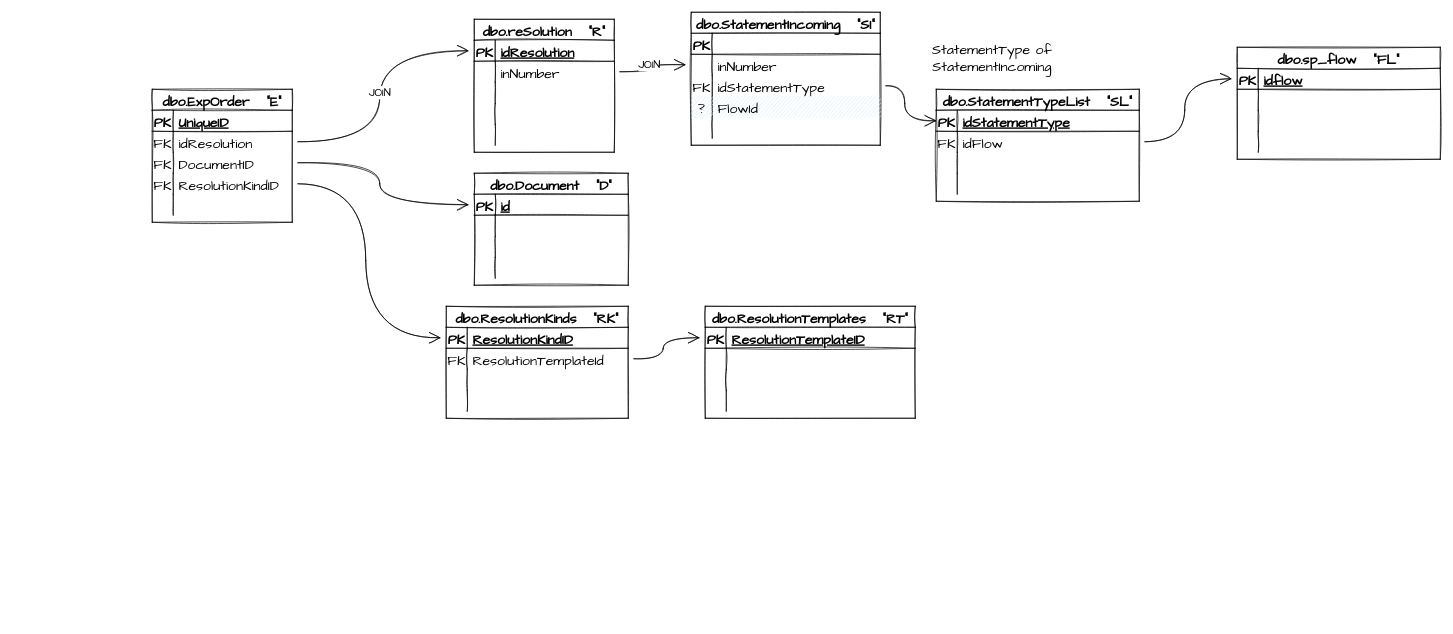
The draw.io diagram SQL/GRLS/dbo/StoredProc/GetRpTaskBMCP.sql/GetRpTaskBMCP.drawio in davyd0ff/so-line-grls, before the edit. Source tidied: cells renumbered, new cells numbered last; positions are measured from the earlier drawing's top-left corner, leaving out a move shared by most shapes. Both pictures are drawn from the tidied source at 70%, with x=0, y=0 at pixel (152, 12).
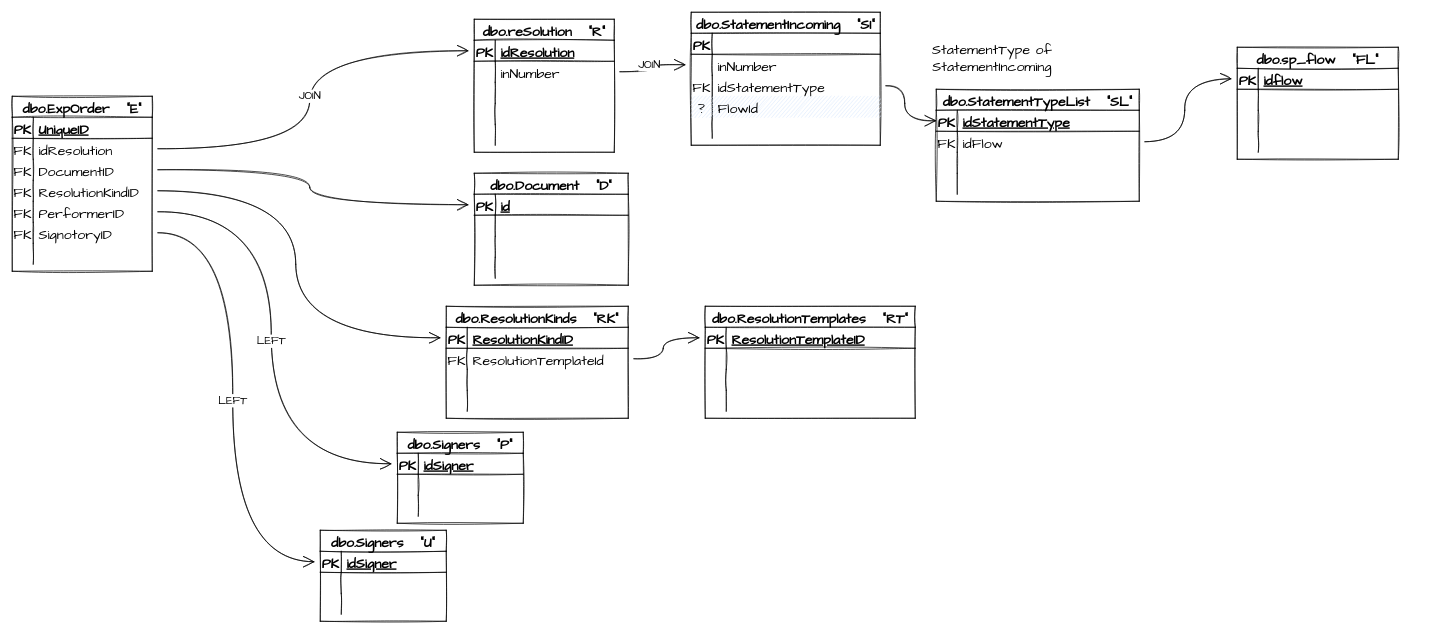
After the change.

Unchanged cells that the change refers to:
```xml
<mxCell id="15" style="shape=tableRow;horizontal=0;startSize=0;swimlaneHead=0;swimlaneBody=0;fillColor=none;points=[[0,0.5],[1,0.5]];portConstraint=eastwest;top=0;left=0;right=0;bottom=0;sketch=1;hachureGap=4;fontFamily=Architects Daughter;fontSize=20;" parent="2" vertex="1">
  <mxGeometry y="150" width="200" height="30" as="geometry" />
</mxCell>
```

What changed in the source:
```diff
@@
     <mxCell id="2" value="dbo.ExpOrder   &quot;E&quot;" style="shape=table;startSize=30;childLayout=tableLayout;rowLines=0;fontStyle=1;align=center;sketch=1;hachureGap=4;fontFamily=Architects Daughter;fontSize=20;" parent="1" vertex="1">
-      <mxGeometry y="110" width="200" height="190" as="geometry" />
+      <mxGeometry x="-200" y="120" width="200" height="250" as="geometry" />
     </mxCell>
@@
-    <mxCell id="16" style="shape=partialRectangle;fillColor=none;top=0;left=0;bottom=0;right=0;overflow=hidden;sketch=1;hachureGap=4;fontFamily=Architects Daughter;fontSize=20;" parent="15" vertex="1">
+    <mxCell id="16" value="FK" style="shape=partialRectangle;fillColor=none;top=0;left=0;bottom=0;right=0;overflow=hidden;sketch=1;hachureGap=4;fontFamily=Architects Daughter;fontSize=20;" parent="15" vertex="1">
       <mxGeometry width="30" height="30" as="geometry" />
     </mxCell>
-    <mxCell id="17" value=" " style="shape=partialRectangle;fillColor=none;top=0;left=0;bottom=0;right=0;align=left;spacingLeft=6;overflow=hidden;sketch=1;hachureGap=4;fontFamily=Architects Daughter;fontSize=20;" parent="15" vertex="1">
+    <mxCell id="17" value="PerformerID" style="shape=partialRectangle;fillColor=none;top=0;left=0;bottom=0;right=0;align=left;spacingLeft=6;overflow=hidden;sketch=1;hachureGap=4;fontFamily=Architects Daughter;fontSize=20;" parent="15" vertex="1">
       <mxGeometry x="30" width="170" height="30" as="geometry" />
     </mxCell>
+    <mxCell id="123" style="shape=tableRow;horizontal=0;startSize=0;swimlaneHead=0;swimlaneBody=0;fillColor=none;points=[[0,0.5],[1,0.5]];portConstraint=eastwest;top=0;left=0;right=0;bottom=0;sketch=1;hachureGap=4;fontFamily=Architects Daughter;fontSize=20;" parent="2" vertex="1">
+      <mxGeometry y="180" width="200" height="30" as="geometry" />
+    </mxCell>
+    <mxCell id="124" value="FK" style="shape=partialRectangle;fillColor=none;top=0;left=0;bottom=0;right=0;overflow=hidden;sketch=1;hachureGap=4;fontFamily=Architects Daughter;fontSize=20;" parent="123" vertex="1">
+      <mxGeometry width="30" height="30" as="geometry" />
+    </mxCell>
+    <mxCell id="125" value="SignotoryID" style="shape=partialRectangle;fillColor=none;top=0;left=0;bottom=0;right=0;align=left;spacingLeft=6;overflow=hidden;sketch=1;hachureGap=4;fontFamily=Architects Daughter;fontSize=20;" parent="123" vertex="1">
+      <mxGeometry x="30" width="170" height="30" as="geometry" />
+    </mxCell>
+    <mxCell id="126" style="shape=tableRow;horizontal=0;startSize=0;swimlaneHead=0;swimlaneBody=0;fillColor=none;top=0;left=0;right=0;bottom=0;sketch=1;hachureGap=4;fontFamily=Architects Daughter;fontSize=20;" parent="2" vertex="1">
+      <mxGeometry y="210" width="200" height="30" as="geometry" />
+    </mxCell>
+    <mxCell id="127" style="shape=partialRectangle;fillColor=none;top=0;left=0;bottom=0;right=0;overflow=hidden;sketch=1;hachureGap=4;fontFamily=Architects Daughter;fontSize=20;" parent="126" vertex="1">
+      <mxGeometry width="30" height="30" as="geometry" />
+    </mxCell>
+    <mxCell id="128" value=" " style="shape=partialRectangle;fillColor=none;top=0;left=0;bottom=0;right=0;align=left;spacingLeft=6;overflow=hidden;sketch=1;hachureGap=4;fontFamily=Architects Daughter;fontSize=20;" parent="126" vertex="1">
+      <mxGeometry x="30" width="170" height="30" as="geometry" />
+    </mxCell>
@@
     <mxCell id="109" value="dbo.sp_flow   &quot;FL&quot;" style="shape=table;startSize=30;childLayout=tableLayout;rowLines=0;fontStyle=1;align=center;sketch=1;hachureGap=4;fontFamily=Architects Daughter;fontSize=20;" parent="1" vertex="1">
-      <mxGeometry x="1550" y="50" width="290" height="160" as="geometry" />
+      <mxGeometry x="1550" y="50" width="230" height="160" as="geometry" />
     </mxCell>
     <mxCell id="110" style="shape=tableRow;horizontal=0;startSize=0;swimlaneHead=0;swimlaneBody=0;fillColor=none;points=[[0,0.5],[1,0.5]];portConstraint=eastwest;top=0;left=0;right=0;bottom=1;sketch=1;hachureGap=4;fontFamily=Architects Daughter;fontSize=20;" parent="109" vertex="1">
-      <mxGeometry y="30" width="290" height="30" as="geometry" />
+      <mxGeometry y="30" width="230" height="30" as="geometry" />
     </mxCell>
@@
     <mxCell id="112" value="idflow" style="shape=partialRectangle;fillColor=none;top=0;left=0;bottom=0;right=0;align=left;spacingLeft=6;fontStyle=5;overflow=hidden;sketch=1;hachureGap=4;fontFamily=Architects Daughter;fontSize=20;" parent="110" vertex="1">
-      <mxGeometry x="30" width="260" height="30" as="geometry" />
+      <mxGeometry x="30" width="200" height="30" as="geometry" />
     </mxCell>
     <mxCell id="113" style="shape=tableRow;horizontal=0;startSize=0;swimlaneHead=0;swimlaneBody=0;fillColor=none;top=0;left=0;right=0;bottom=0;sketch=1;hachureGap=4;fontFamily=Architects Daughter;fontSize=20;" parent="109" vertex="1">
-      <mxGeometry y="60" width="290" height="30" as="geometry" />
+      <mxGeometry y="60" width="230" height="30" as="geometry" />
     </mxCell>
@@
     <mxCell id="115" style="shape=partialRectangle;fillColor=none;top=0;left=0;bottom=0;right=0;align=left;spacingLeft=6;overflow=hidden;sketch=1;hachureGap=4;fontFamily=Architects Daughter;fontSize=20;" parent="113" vertex="1">
-      <mxGeometry x="30" width="260" height="30" as="geometry" />
+      <mxGeometry x="30" width="200" height="30" as="geometry" />
     </mxCell>
     <mxCell id="116" style="shape=tableRow;horizontal=0;startSize=0;swimlaneHead=0;swimlaneBody=0;fillColor=none;top=0;left=0;right=0;bottom=0;sketch=1;hachureGap=4;fontFamily=Architects Daughter;fontSize=20;" parent="109" vertex="1">
-      <mxGeometry y="90" width="290" height="30" as="geometry" />
+      <mxGeometry y="90" width="230" height="30" as="geometry" />
     </mxCell>
@@
     <mxCell id="118" value="  " style="shape=partialRectangle;fillColor=none;top=0;left=0;bottom=0;right=0;align=left;spacingLeft=6;overflow=hidden;sketch=1;hachureGap=4;fontFamily=Architects Daughter;fontSize=20;" parent="116" vertex="1">
-      <mxGeometry x="30" width="260" height="30" as="geometry" />
+      <mxGeometry x="30" width="200" height="30" as="geometry" />
     </mxCell>
     <mxCell id="119" style="shape=tableRow;horizontal=0;startSize=0;swimlaneHead=0;swimlaneBody=0;fillColor=none;top=0;left=0;right=0;bottom=0;sketch=1;hachureGap=4;fontFamily=Architects Daughter;fontSize=20;" parent="109" vertex="1">
-      <mxGeometry y="120" width="290" height="30" as="geometry" />
+      <mxGeometry y="120" width="230" height="30" as="geometry" />
     </mxCell>
@@
     <mxCell id="121" value="   " style="shape=partialRectangle;fillColor=none;top=0;left=0;bottom=0;right=0;align=left;spacingLeft=6;overflow=hidden;sketch=1;hachureGap=4;fontFamily=Architects Daughter;fontSize=20;" parent="119" vertex="1">
-      <mxGeometry x="30" width="260" height="30" as="geometry" />
+      <mxGeometry x="30" width="200" height="30" as="geometry" />
     </mxCell>
@@
+    <mxCell id="129" value="dbo.Signers   &quot;P&quot;" style="shape=table;startSize=30;childLayout=tableLayout;rowLines=0;fontStyle=1;align=center;sketch=1;hachureGap=4;fontFamily=Architects Daughter;fontSize=20;" parent="1" vertex="1">
+      <mxGeometry x="350" y="600" width="180" height="130" as="geometry" />
+    </mxCell>
+    <mxCell id="130" style="shape=tableRow;horizontal=0;startSize=0;swimlaneHead=0;swimlaneBody=0;fillColor=none;points=[[0,0.5],[1,0.5]];portConstraint=eastwest;top=0;left=0;right=0;bottom=1;sketch=1;hachureGap=4;fontFamily=Architects Daughter;fontSize=20;" parent="129" vertex="1">
+      <mxGeometry y="30" width="180" height="30" as="geometry" />
+    </mxCell>
+    <mxCell id="131" value="PK" style="shape=partialRectangle;fillColor=none;top=0;left=0;bottom=0;right=0;fontStyle=1;overflow=hidden;sketch=1;hachureGap=4;fontFamily=Architects Daughter;fontSize=20;" parent="130" vertex="1">
+      <mxGeometry width="30" height="30" as="geometry" />
+    </mxCell>
+    <mxCell id="132" value="idSigner" style="shape=partialRectangle;fillColor=none;top=0;left=0;bottom=0;right=0;align=left;spacingLeft=6;fontStyle=5;overflow=hidden;sketch=1;hachureGap=4;fontFamily=Architects Daughter;fontSize=20;" parent="130" vertex="1">
+      <mxGeometry x="30" width="150" height="30" as="geometry" />
+    </mxCell>
+    <mxCell id="133" style="shape=tableRow;horizontal=0;startSize=0;swimlaneHead=0;swimlaneBody=0;fillColor=none;top=0;left=0;right=0;bottom=0;sketch=1;hachureGap=4;fontFamily=Architects Daughter;fontSize=20;" parent="129" vertex="1">
+      <mxGeometry y="60" width="180" height="30" as="geometry" />
+    </mxCell>
+    <mxCell id="134" style="shape=partialRectangle;fillColor=none;top=0;left=0;bottom=0;right=0;overflow=hidden;sketch=1;hachureGap=4;fontFamily=Architects Daughter;fontSize=20;" parent="133" vertex="1">
+      <mxGeometry width="30" height="30" as="geometry" />
+    </mxCell>
+    <mxCell id="135" style="shape=partialRectangle;fillColor=none;top=0;left=0;bottom=0;right=0;align=left;spacingLeft=6;overflow=hidden;sketch=1;hachureGap=4;fontFamily=Architects Daughter;fontSize=20;" parent="133" vertex="1">
+      <mxGeometry x="30" width="150" height="30" as="geometry" />
+    </mxCell>
+    <mxCell id="136" style="shape=tableRow;horizontal=0;startSize=0;swimlaneHead=0;swimlaneBody=0;fillColor=none;top=0;left=0;right=0;bottom=0;sketch=1;hachureGap=4;fontFamily=Architects Daughter;fontSize=20;" parent="129" vertex="1">
+      <mxGeometry y="90" width="180" height="30" as="geometry" />
+    </mxCell>
+    <mxCell id="137" style="shape=partialRectangle;fillColor=none;top=0;left=0;bottom=0;right=0;overflow=hidden;sketch=1;hachureGap=4;fontFamily=Architects Daughter;fontSize=20;" parent="136" vertex="1">
+      <mxGeometry width="30" height="30" as="geometry" />
+    </mxCell>
+    <mxCell id="138" style="shape=partialRectangle;fillColor=none;top=0;left=0;bottom=0;right=0;align=left;spacingLeft=6;overflow=hidden;sketch=1;hachureGap=4;fontFamily=Architects Daughter;fontSize=20;" parent="136" vertex="1">
+      <mxGeometry x="30" width="150" height="30" as="geometry" />
+    </mxCell>
+    <mxCell id="139" value="dbo.Signers   &quot;U&quot;" style="shape=table;startSize=30;childLayout=tableLayout;rowLines=0;fontStyle=1;align=center;sketch=1;hachureGap=4;fontFamily=Architects Daughter;fontSize=20;" parent="1" vertex="1">
+      <mxGeometry x="240" y="740" width="180" height="130" as="geometry" />
+    </mxCell>
+    <mxCell id="140" style="shape=tableRow;horizontal=0;startSize=0;swimlaneHead=0;swimlaneBody=0;fillColor=none;points=[[0,0.5],[1,0.5]];portConstraint=eastwest;top=0;left=0;right=0;bottom=1;sketch=1;hachureGap=4;fontFamily=Architects Daughter;fontSize=20;" parent="139" vertex="1">
+      <mxGeometry y="30" width="180" height="30" as="geometry" />
+    </mxCell>
+    <mxCell id="141" value="PK" style="shape=partialRectangle;fillColor=none;top=0;left=0;bottom=0;right=0;fontStyle=1;overflow=hidden;sketch=1;hachureGap=4;fontFamily=Architects Daughter;fontSize=20;" parent="140" vertex="1">
+      <mxGeometry width="30" height="30" as="geometry" />
+    </mxCell>
+    <mxCell id="142" value="idSigner" style="shape=partialRectangle;fillColor=none;top=0;left=0;bottom=0;right=0;align=left;spacingLeft=6;fontStyle=5;overflow=hidden;sketch=1;hachureGap=4;fontFamily=Architects Daughter;fontSize=20;" parent="140" vertex="1">
+      <mxGeometry x="30" width="150" height="30" as="geometry" />
+    </mxCell>
+    <mxCell id="143" style="shape=tableRow;horizontal=0;startSize=0;swimlaneHead=0;swimlaneBody=0;fillColor=none;top=0;left=0;right=0;bottom=0;sketch=1;hachureGap=4;fontFamily=Architects Daughter;fontSize=20;" parent="139" vertex="1">
+      <mxGeometry y="60" width="180" height="30" as="geometry" />
+    </mxCell>
+    <mxCell id="144" style="shape=partialRectangle;fillColor=none;top=0;left=0;bottom=0;right=0;overflow=hidden;sketch=1;hachureGap=4;fontFamily=Architects Daughter;fontSize=20;" parent="143" vertex="1">
+      <mxGeometry width="30" height="30" as="geometry" />
+    </mxCell>
+    <mxCell id="145" style="shape=partialRectangle;fillColor=none;top=0;left=0;bottom=0;right=0;align=left;spacingLeft=6;overflow=hidden;sketch=1;hachureGap=4;fontFamily=Architects Daughter;fontSize=20;" parent="143" vertex="1">
+      <mxGeometry x="30" width="150" height="30" as="geometry" />
+    </mxCell>
+    <mxCell id="146" style="shape=tableRow;horizontal=0;startSize=0;swimlaneHead=0;swimlaneBody=0;fillColor=none;top=0;left=0;right=0;bottom=0;sketch=1;hachureGap=4;fontFamily=Architects Daughter;fontSize=20;" parent="139" vertex="1">
+      <mxGeometry y="90" width="180" height="30" as="geometry" />
+    </mxCell>
+    <mxCell id="147" style="shape=partialRectangle;fillColor=none;top=0;left=0;bottom=0;right=0;overflow=hidden;sketch=1;hachureGap=4;fontFamily=Architects Daughter;fontSize=20;" parent="146" vertex="1">
+      <mxGeometry width="30" height="30" as="geometry" />
+    </mxCell>
+    <mxCell id="148" style="shape=partialRectangle;fillColor=none;top=0;left=0;bottom=0;right=0;align=left;spacingLeft=6;overflow=hidden;sketch=1;hachureGap=4;fontFamily=Architects Daughter;fontSize=20;" parent="146" vertex="1">
+      <mxGeometry x="30" width="150" height="30" as="geometry" />
+    </mxCell>
+    <mxCell id="149" value="LEFT" style="edgeStyle=orthogonalEdgeStyle;curved=1;rounded=0;sketch=1;hachureGap=4;jettySize=auto;html=1;fontFamily=Architects Daughter;fontSize=16;endArrow=open;startSize=14;endSize=14;sourcePerimeterSpacing=8;targetPerimeterSpacing=8;" parent="1" edge="1" source="15" target="130">
+      <mxGeometry relative="1" as="geometry" />
+    </mxCell>
+    <mxCell id="150" value="LEFT" style="edgeStyle=orthogonalEdgeStyle;curved=1;rounded=0;sketch=1;hachureGap=4;jettySize=auto;html=1;fontFamily=Architects Daughter;fontSize=16;endArrow=open;startSize=14;endSize=14;sourcePerimeterSpacing=8;targetPerimeterSpacing=8;" parent="1" edge="1" source="123" target="140">
+      <mxGeometry relative="1" as="geometry" />
+    </mxCell>
```
